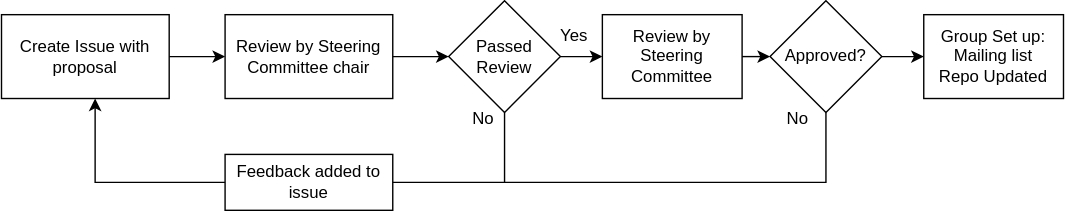
Before: Process_Documents/images/new-group-proposal.svg, a diagram exported from draw.io (uxlfoundation/operational_template_open_standards). Source tidied: cells renumbered, new cells last; positions are measured from the earlier drawing's top-left corner, leaving out a move shared by most shapes. The source it was exported from:
```xml
<mxGraphModel>
  <root>
    <mxCell id="0" />
    <mxCell id="1" parent="0" />
    <mxCell id="2" value="Review by Steering Committee chair" style="rounded=0;whiteSpace=wrap;html=1;" parent="1" vertex="1">
      <mxGeometry x="160" y="10" width="120" height="60" as="geometry" />
    </mxCell>
    <mxCell id="3" value="Create Issue with proposal" style="rounded=0;whiteSpace=wrap;html=1;" parent="1" vertex="1">
      <mxGeometry y="10" width="120" height="60" as="geometry" />
    </mxCell>
    <mxCell id="4" style="endArrow=classic;html=1;rounded=0;exitX=1;exitY=0.5;exitDx=0;exitDy=0;" parent="1" edge="1" source="3" target="2">
      <mxGeometry relative="1" as="geometry" />
    </mxCell>
    <mxCell id="5" value="Passed Review" style="rhombus;whiteSpace=wrap;html=1;" parent="1" vertex="1">
      <mxGeometry x="320" width="80" height="80" as="geometry" />
    </mxCell>
    <mxCell id="6" value="No" style="text;html=1;strokeColor=none;fillColor=none;align=center;verticalAlign=middle;whiteSpace=wrap;rounded=0;" parent="1" vertex="1">
      <mxGeometry x="320" y="70" width="50" height="30" as="geometry" />
    </mxCell>
    <mxCell id="7" value="Feedback added to issue" style="rounded=0;whiteSpace=wrap;html=1;" parent="1" vertex="1">
      <mxGeometry x="160" y="110" width="120" height="40" as="geometry" />
    </mxCell>
    <mxCell id="8" style="endArrow=none;html=1;rounded=0;entryX=0.5;entryY=1;entryDx=0;entryDy=0;exitX=1;exitY=0.5;exitDx=0;exitDy=0;" parent="1" edge="1" source="7" target="5">
      <mxGeometry relative="1" as="geometry">
        <Array as="points">
          <mxPoint x="340" y="130" />
          <mxPoint x="360" y="130" />
        </Array>
      </mxGeometry>
    </mxCell>
    <mxCell id="9" style="endArrow=classic;html=1;rounded=0;exitX=0;exitY=0.5;exitDx=0;exitDy=0;" parent="1" edge="1" source="7">
      <mxGeometry relative="1" as="geometry">
        <mxPoint x="67" y="70" as="targetPoint" />
        <Array as="points">
          <mxPoint x="67" y="130" />
        </Array>
      </mxGeometry>
    </mxCell>
    <mxCell id="10" style="endArrow=classic;html=1;rounded=0;entryX=0;entryY=0.5;entryDx=0;entryDy=0;exitX=1;exitY=0.5;exitDx=0;exitDy=0;" parent="1" edge="1" source="2" target="5">
      <mxGeometry relative="1" as="geometry" />
    </mxCell>
    <mxCell id="11" value="Review by Steering Committee" style="rounded=0;whiteSpace=wrap;html=1;" parent="1" vertex="1">
      <mxGeometry x="430" y="10" width="100" height="60" as="geometry" />
    </mxCell>
    <mxCell id="12" value="Approved?" style="rhombus;whiteSpace=wrap;html=1;" parent="1" vertex="1">
      <mxGeometry x="550" width="80" height="80" as="geometry" />
    </mxCell>
    <mxCell id="13" style="endArrow=classic;html=1;rounded=0;exitX=1;exitY=0.5;exitDx=0;exitDy=0;entryX=0;entryY=0.5;entryDx=0;entryDy=0;" parent="1" edge="1" source="5" target="11">
      <mxGeometry relative="1" as="geometry" />
    </mxCell>
    <mxCell id="14" value="Yes" style="text;html=1;strokeColor=none;fillColor=none;align=center;verticalAlign=middle;whiteSpace=wrap;rounded=0;" parent="1" vertex="1">
      <mxGeometry x="380" y="10" width="60" height="30" as="geometry" />
    </mxCell>
    <mxCell id="15" style="endArrow=classic;html=1;rounded=0;entryX=0;entryY=0.5;entryDx=0;entryDy=0;exitX=1;exitY=0.5;exitDx=0;exitDy=0;" parent="1" edge="1" source="11" target="12">
      <mxGeometry relative="1" as="geometry" />
    </mxCell>
    <mxCell id="16" style="endArrow=none;html=1;rounded=0;entryX=0.5;entryY=1;entryDx=0;entryDy=0;" parent="1" edge="1" target="12">
      <mxGeometry relative="1" as="geometry">
        <mxPoint x="360" y="130" as="sourcePoint" />
        <Array as="points">
          <mxPoint x="590" y="130" />
        </Array>
      </mxGeometry>
    </mxCell>
    <mxCell id="17" value="No" style="text;html=1;strokeColor=none;fillColor=none;align=center;verticalAlign=middle;whiteSpace=wrap;rounded=0;" parent="1" vertex="1">
      <mxGeometry x="540" y="70" width="60" height="30" as="geometry" />
    </mxCell>
    <mxCell id="18" value="&lt;div&gt;Group Set up:&lt;/div&gt;&lt;div&gt;Mailing list&lt;/div&gt;&lt;div&gt;Repo Updated&lt;br&gt;&lt;/div&gt;" style="rounded=0;whiteSpace=wrap;html=1;" parent="1" vertex="1">
      <mxGeometry x="660" y="10" width="100" height="60" as="geometry" />
    </mxCell>
    <mxCell id="19" style="endArrow=classic;html=1;rounded=0;entryX=0;entryY=0.5;entryDx=0;entryDy=0;exitX=1;exitY=0.5;exitDx=0;exitDy=0;" parent="1" edge="1" source="12" target="18">
      <mxGeometry relative="1" as="geometry" />
    </mxCell>
  </root>
</mxGraphModel>
```
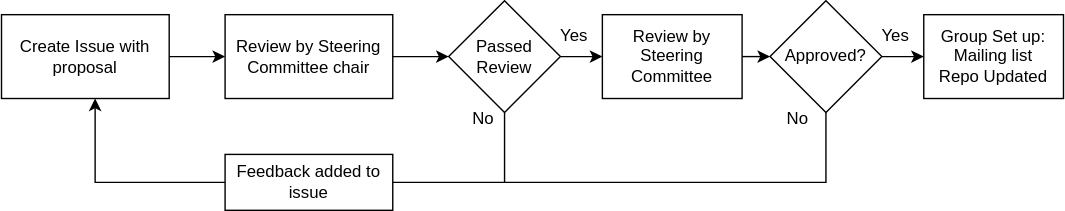
The same file after the commit.

Change to the diagram source:
```diff
@@ -71,5 +71,8 @@
     <mxCell id="19" style="endArrow=classic;html=1;rounded=0;entryX=0;entryY=0.5;entryDx=0;entryDy=0;exitX=1;exitY=0.5;exitDx=0;exitDy=0;" parent="1" edge="1" source="12" target="18">
       <mxGeometry relative="1" as="geometry" />
     </mxCell>
+    <mxCell id="20" value="Yes" style="text;html=1;strokeColor=none;fillColor=none;align=center;verticalAlign=middle;whiteSpace=wrap;rounded=0;" parent="1" vertex="1">
+      <mxGeometry x="610" y="10" width="60" height="30" as="geometry" />
+    </mxCell>
   </root>
 </mxGraphModel>
```
